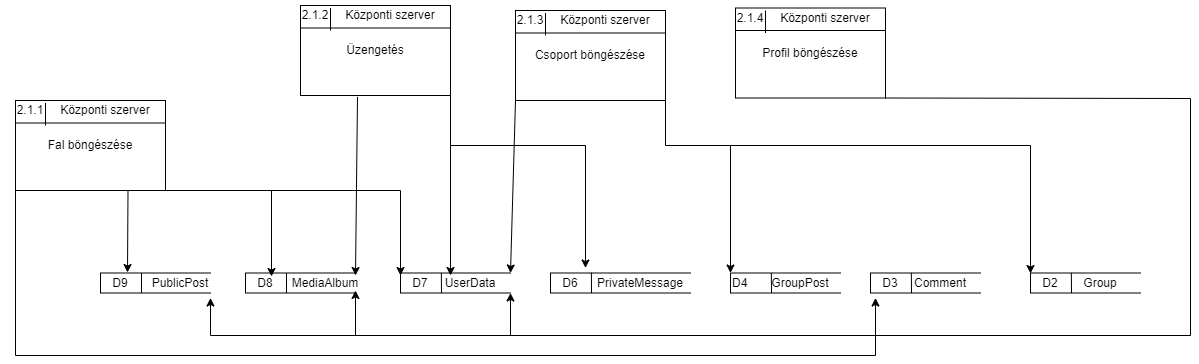
Before: documentation/diagrams/adatfolyam 3.drawio.png, a diagram exported from draw.io (AasinR/post-request). Source tidied: cells renumbered, new cells last; positions are measured from the earlier drawing's top-left corner, leaving out a move shared by most shapes.
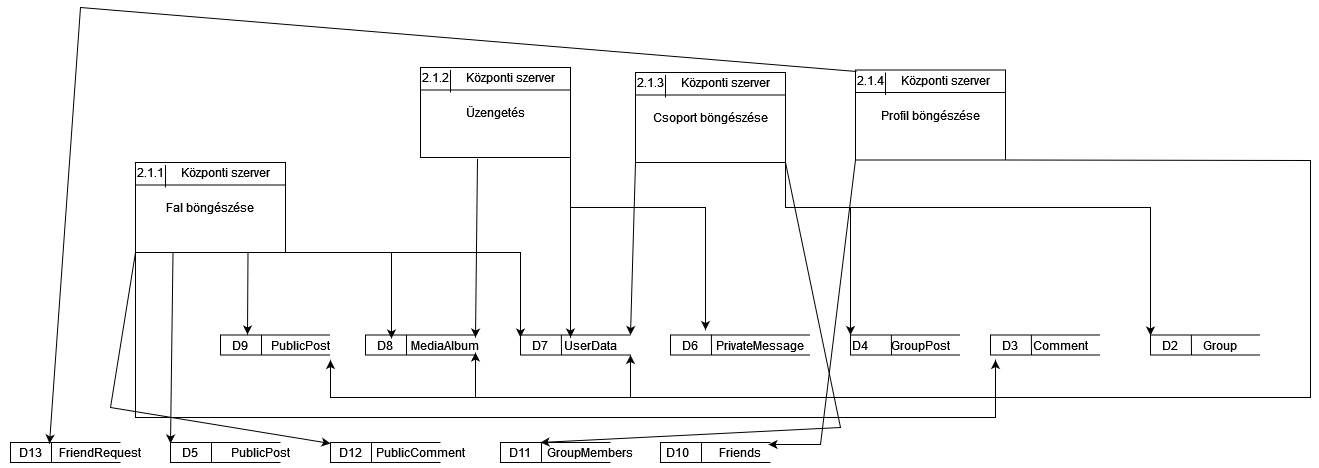
Later version of the same file.

Change to the diagram source:
```diff
@@ -241,5 +241,118 @@
         </Array>
       </mxGeometry>
     </mxCell>
+    <mxCell id="62" style="strokeWidth=1;html=1;shape=mxgraph.flowchart.annotation_1;align=left;fillColor=#FFFFFF;" parent="1" vertex="1">
+      <mxGeometry x="540" y="380" width="110" height="20" as="geometry" />
+    </mxCell>
+    <mxCell id="63" style="endArrow=none;html=1;rounded=0;" parent="1" edge="1">
+      <mxGeometry relative="1" as="geometry">
+        <mxPoint x="581" y="400" as="sourcePoint" />
+        <mxPoint x="581" y="380" as="targetPoint" />
+      </mxGeometry>
+    </mxCell>
+    <mxCell id="64" value="D10&lt;span style=&quot;white-space: pre&quot;&gt;&#9;&lt;/span&gt;" style="text;html=1;strokeColor=none;fillColor=none;align=center;verticalAlign=middle;whiteSpace=wrap;rounded=0;" parent="1" vertex="1">
+      <mxGeometry x="540" y="375" width="60" height="30" as="geometry" />
+    </mxCell>
+    <mxCell id="65" value="Friends" style="text;html=1;strokeColor=none;fillColor=none;align=center;verticalAlign=middle;whiteSpace=wrap;rounded=0;" parent="1" vertex="1">
+      <mxGeometry x="590" y="375" width="60" height="30" as="geometry" />
+    </mxCell>
+    <mxCell id="66" style="strokeWidth=1;html=1;shape=mxgraph.flowchart.annotation_1;align=left;fillColor=#FFFFFF;" parent="1" vertex="1">
+      <mxGeometry x="380" y="380" width="110" height="20" as="geometry" />
+    </mxCell>
+    <mxCell id="67" style="endArrow=none;html=1;rounded=0;" parent="1" edge="1">
+      <mxGeometry relative="1" as="geometry">
+        <mxPoint x="421" y="400" as="sourcePoint" />
+        <mxPoint x="421" y="380" as="targetPoint" />
+      </mxGeometry>
+    </mxCell>
+    <mxCell id="68" value="D11" style="text;html=1;strokeColor=none;fillColor=none;align=center;verticalAlign=middle;whiteSpace=wrap;rounded=0;" parent="1" vertex="1">
+      <mxGeometry x="370" y="375" width="60" height="30" as="geometry" />
+    </mxCell>
+    <mxCell id="69" value="GroupMembers" style="text;html=1;strokeColor=none;fillColor=none;align=center;verticalAlign=middle;whiteSpace=wrap;rounded=0;" parent="1" vertex="1">
+      <mxGeometry x="440" y="375" width="60" height="30" as="geometry" />
+    </mxCell>
+    <mxCell id="70" style="strokeWidth=1;html=1;shape=mxgraph.flowchart.annotation_1;align=left;fillColor=#FFFFFF;" parent="1" vertex="1">
+      <mxGeometry x="210" y="380" width="110" height="20" as="geometry" />
+    </mxCell>
+    <mxCell id="71" style="endArrow=none;html=1;rounded=0;" parent="1" edge="1">
+      <mxGeometry relative="1" as="geometry">
+        <mxPoint x="251" y="400" as="sourcePoint" />
+        <mxPoint x="251" y="380" as="targetPoint" />
+      </mxGeometry>
+    </mxCell>
+    <mxCell id="72" value="D12" style="text;html=1;strokeColor=none;fillColor=none;align=center;verticalAlign=middle;whiteSpace=wrap;rounded=0;" parent="1" vertex="1">
+      <mxGeometry x="200" y="375" width="60" height="30" as="geometry" />
+    </mxCell>
+    <mxCell id="73" value="PublicComment" style="text;html=1;strokeColor=none;fillColor=none;align=center;verticalAlign=middle;whiteSpace=wrap;rounded=0;" parent="1" vertex="1">
+      <mxGeometry x="270" y="375" width="60" height="30" as="geometry" />
+    </mxCell>
+    <mxCell id="74" style="strokeWidth=1;html=1;shape=mxgraph.flowchart.annotation_1;align=left;fillColor=#FFFFFF;" parent="1" vertex="1">
+      <mxGeometry x="-110" y="380" width="110" height="20" as="geometry" />
+    </mxCell>
+    <mxCell id="75" style="endArrow=none;html=1;rounded=0;" parent="1" edge="1">
+      <mxGeometry relative="1" as="geometry">
+        <mxPoint x="-69" y="400" as="sourcePoint" />
+        <mxPoint x="-69" y="380" as="targetPoint" />
+      </mxGeometry>
+    </mxCell>
+    <mxCell id="76" value="D13" style="text;html=1;strokeColor=none;fillColor=none;align=center;verticalAlign=middle;whiteSpace=wrap;rounded=0;" parent="1" vertex="1">
+      <mxGeometry x="-120" y="375" width="60" height="30" as="geometry" />
+    </mxCell>
+    <mxCell id="77" value="FriendRequest" style="text;html=1;strokeColor=none;fillColor=none;align=center;verticalAlign=middle;whiteSpace=wrap;rounded=0;" parent="1" vertex="1">
+      <mxGeometry x="-50" y="375" width="60" height="30" as="geometry" />
+    </mxCell>
+    <mxCell id="78" style="strokeWidth=1;html=1;shape=mxgraph.flowchart.annotation_1;align=left;fillColor=#FFFFFF;" parent="1" vertex="1">
+      <mxGeometry x="50" y="380" width="110" height="20" as="geometry" />
+    </mxCell>
+    <mxCell id="79" style="endArrow=none;html=1;rounded=0;" parent="1" edge="1">
+      <mxGeometry relative="1" as="geometry">
+        <mxPoint x="91" y="400" as="sourcePoint" />
+        <mxPoint x="91" y="380" as="targetPoint" />
+      </mxGeometry>
+    </mxCell>
+    <mxCell id="80" value="D5" style="text;html=1;strokeColor=none;fillColor=none;align=center;verticalAlign=middle;whiteSpace=wrap;rounded=0;" parent="1" vertex="1">
+      <mxGeometry x="40" y="375" width="60" height="30" as="geometry" />
+    </mxCell>
+    <mxCell id="81" value="PublicPost" style="text;html=1;strokeColor=none;fillColor=none;align=center;verticalAlign=middle;whiteSpace=wrap;rounded=0;" parent="1" vertex="1">
+      <mxGeometry x="110" y="375" width="60" height="30" as="geometry" />
+    </mxCell>
+    <mxCell id="82" style="endArrow=classic;html=1;rounded=0;exitX=1;exitY=1;exitDx=0;exitDy=0;" parent="1" edge="1" source="44">
+      <mxGeometry relative="1" as="geometry">
+        <mxPoint x="420" y="380" as="targetPoint" />
+        <Array as="points">
+          <mxPoint x="720" y="365" />
+        </Array>
+      </mxGeometry>
+    </mxCell>
+    <mxCell id="83" style="endArrow=classic;html=1;rounded=0;exitX=0;exitY=1;exitDx=0;exitDy=0;" parent="1" edge="1" source="29">
+      <mxGeometry relative="1" as="geometry">
+        <mxPoint x="210" y="381" as="targetPoint" />
+        <Array as="points">
+          <mxPoint x="-10" y="345" />
+        </Array>
+      </mxGeometry>
+    </mxCell>
+    <mxCell id="84" style="endArrow=classic;html=1;rounded=0;exitX=0.25;exitY=1;exitDx=0;exitDy=0;" parent="1" edge="1" source="29">
+      <mxGeometry relative="1" as="geometry">
+        <mxPoint x="50" y="381" as="targetPoint" />
+      </mxGeometry>
+    </mxCell>
+    <mxCell id="85" style="endArrow=classic;html=1;rounded=0;" parent="1" edge="1">
+      <mxGeometry relative="1" as="geometry">
+        <mxPoint x="736" y="9" as="sourcePoint" />
+        <mxPoint x="-71" y="381" as="targetPoint" />
+        <Array as="points">
+          <mxPoint x="-40" y="-55" />
+        </Array>
+      </mxGeometry>
+    </mxCell>
+    <mxCell id="86" style="endArrow=classic;html=1;rounded=0;exitX=0;exitY=1;exitDx=0;exitDy=0;" parent="1" edge="1" source="52">
+      <mxGeometry relative="1" as="geometry">
+        <mxPoint x="648" y="382" as="targetPoint" />
+        <Array as="points">
+          <mxPoint x="700" y="382" />
+        </Array>
+      </mxGeometry>
+    </mxCell>
   </root>
 </mxGraphModel>
```
